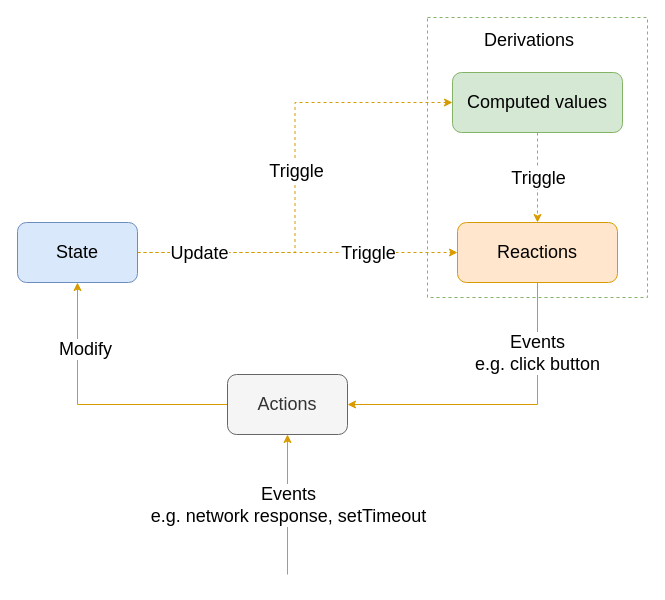
Earlier version of the draw.io diagram page "complex" (2 of 3) of mobx-model.drawio (whinc/pic-bed). Source tidied: cells renumbered, new cells numbered last; positions are measured from the earlier drawing's top-left corner, leaving out a move shared by most shapes. Both pictures are drawn from the tidied source at 100%, with x=0, y=0 at pixel (17, 17).
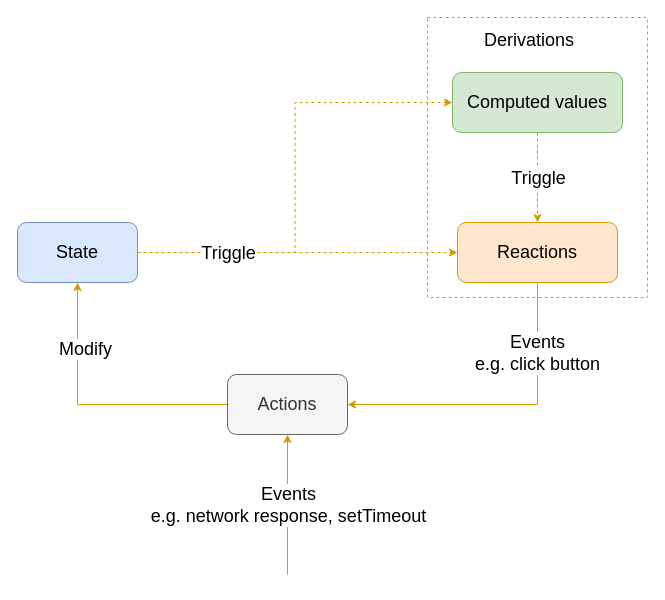
The same diagram, later.

Unchanged cells that the change refers to:
```xml
<mxCell id="3" style="edgeStyle=orthogonalEdgeStyle;rounded=0;jettySize=auto;html=1;exitX=1;exitY=0.5;exitDx=0;exitDy=0;entryX=0;entryY=0.5;entryDx=0;entryDy=0;fontSize=18;dashed=1;fillColor=#ffe6cc;strokeColor=#d79b00;" parent="1" edge="1" source="6" target="11">
  <mxGeometry relative="1" as="geometry" />
</mxCell>
```

Change to the diagram source:
```diff
@@
-    <mxCell id="4" value="Update" style="text;html=1;align=center;verticalAlign=middle;labelBackgroundColor=#ffffff;fontSize=18;" parent="3" vertex="1">
+    <mxCell id="4" value="Triggle" style="text;html=1;align=center;verticalAlign=middle;labelBackgroundColor=#ffffff;fontSize=18;" parent="3" vertex="1">
       <mxGeometry x="-0.75" y="-2" relative="1" as="geometry">
-        <mxPoint x="3" y="-2" as="offset" />
+        <mxPoint x="32" y="-2" as="offset" />
       </mxGeometry>
     </mxCell>
-    <mxCell id="5" value="Triggle" style="text;html=1;align=center;verticalAlign=middle;labelBackgroundColor=#ffffff;fontSize=18;" parent="3" vertex="1">
-      <mxGeometry x="0.03" y="-1" relative="1" as="geometry" />
-    </mxCell>
@@
-    <mxCell id="17" value="Triggle" style="text;html=1;align=center;verticalAlign=middle;labelBackgroundColor=#ffffff;fontSize=18;" parent="1" vertex="1">
-      <mxGeometry x="350" y="235" as="geometry" />
-    </mxCell>
```
